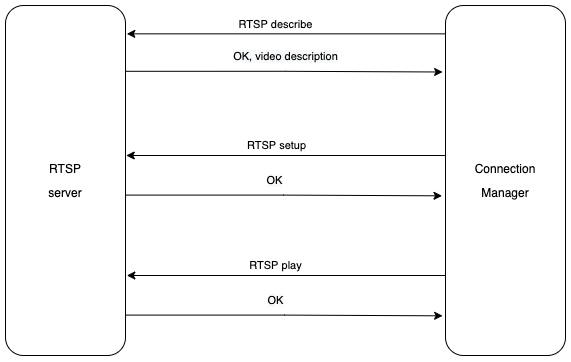
This is rtsp_to_hls/assets/connection_manager.drawio.png from membraneframework/membrane_tutorials, a draw.io export, as it was before one commit. Source tidied: cells renumbered, new cells last; positions are measured from the earlier drawing's top-left corner, leaving out a move shared by most shapes.
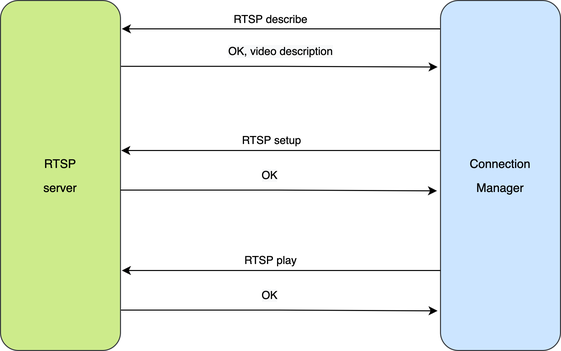
The same diagram one commit later.

The edit, as a diff of the source:
```diff
@@ -10,7 +10,7 @@
         <mxPoint x="21" y="-14" as="offset" />
       </mxGeometry>
     </mxCell>
-    <mxCell id="4" value="&lt;p style=&quot;line-height: 2&quot;&gt;RTSP&lt;br&gt;server&lt;/p&gt;" style="rounded=1;whiteSpace=wrap;html=1;" parent="1" vertex="1">
+    <mxCell id="4" value="&lt;p style=&quot;line-height: 2&quot;&gt;RTSP&lt;br&gt;server&lt;/p&gt;" style="rounded=1;whiteSpace=wrap;html=1;fillColor=#cdeb8b;strokeColor=#36393d;" parent="1" vertex="1">
       <mxGeometry width="120" height="350" as="geometry" />
     </mxCell>
     <mxCell id="5" style="edgeStyle=orthogonalEdgeStyle;rounded=0;jettySize=auto;html=1;exitX=0;exitY=0.081;exitDx=0;exitDy=0;exitPerimeter=0;entryX=1.011;entryY=0.081;entryDx=0;entryDy=0;entryPerimeter=0;" parent="1" edge="1" source="7" target="4">
@@ -21,7 +21,7 @@
         <mxPoint x="8" y="-7" as="offset" />
       </mxGeometry>
     </mxCell>
-    <mxCell id="7" value="&lt;p style=&quot;line-height: 2&quot;&gt;Connection&lt;br&gt;Manager&lt;/p&gt;" style="rounded=1;whiteSpace=wrap;html=1;" parent="1" vertex="1">
+    <mxCell id="7" value="&lt;p style=&quot;line-height: 2&quot;&gt;Connection&lt;br&gt;Manager&lt;/p&gt;" style="rounded=1;whiteSpace=wrap;html=1;fillColor=#cce5ff;strokeColor=#36393d;" parent="1" vertex="1">
       <mxGeometry x="440" width="120" height="350" as="geometry" />
     </mxCell>
     <mxCell id="8" style="edgeStyle=orthogonalEdgeStyle;rounded=0;orthogonalLoop=1;jettySize=auto;html=1;exitX=1.005;exitY=0.188;exitDx=0;exitDy=0;exitPerimeter=0;entryX=-0.024;entryY=0.19;entryDx=0;entryDy=0;entryPerimeter=0;" parent="1" edge="1">
```
